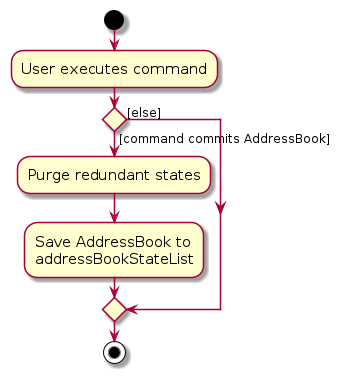
This is diagrams/CommitActivityDiagram.png from AY2627S1-CS2103T-T08-4/tp, a PlantUML export, as it was before one commit. Its source is kept beside it as diagrams/CommitActivityDiagram.puml.
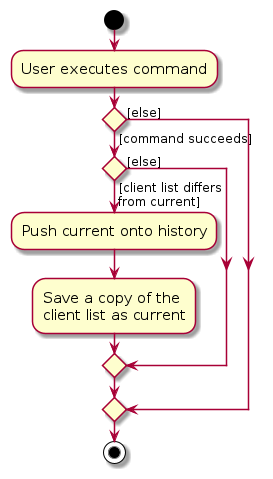
Above is the later version.

Change to the diagram source:
```diff
@@ -6,10 +6,14 @@
 :User executes command;
 
 
-if () then ([command commits AddressBook])
-    :Purge redundant states;
-    :Save AddressBook to
-    addressBookStateList;
+if () then ([command succeeds])
+    if () then ([client list differs
+from current])
+        :Push current onto history;
+        :Save a copy of the
+        client list as current;
+    else ([else])
+    endif
 else ([else])
 endif
 stop
```
